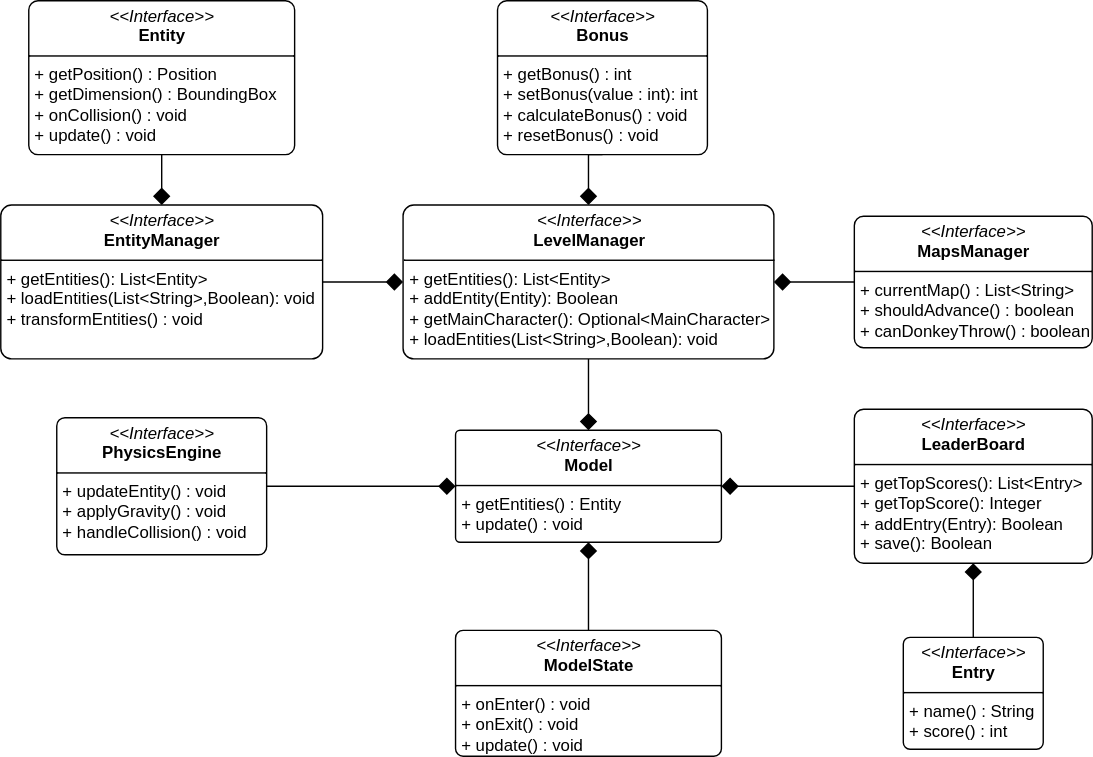
This is report/svg/Model.svg from unibo-oop-projects/OOP24-AlessandroRebosio-FilippoRicciotti-Grace-GraziaBochdanovits-RenovateBot-coffeBreak, a draw.io export, as it was before one commit. Source tidied: cells renumbered, new cells last; positions are measured from the earlier drawing's top-left corner, leaving out a move shared by most shapes.
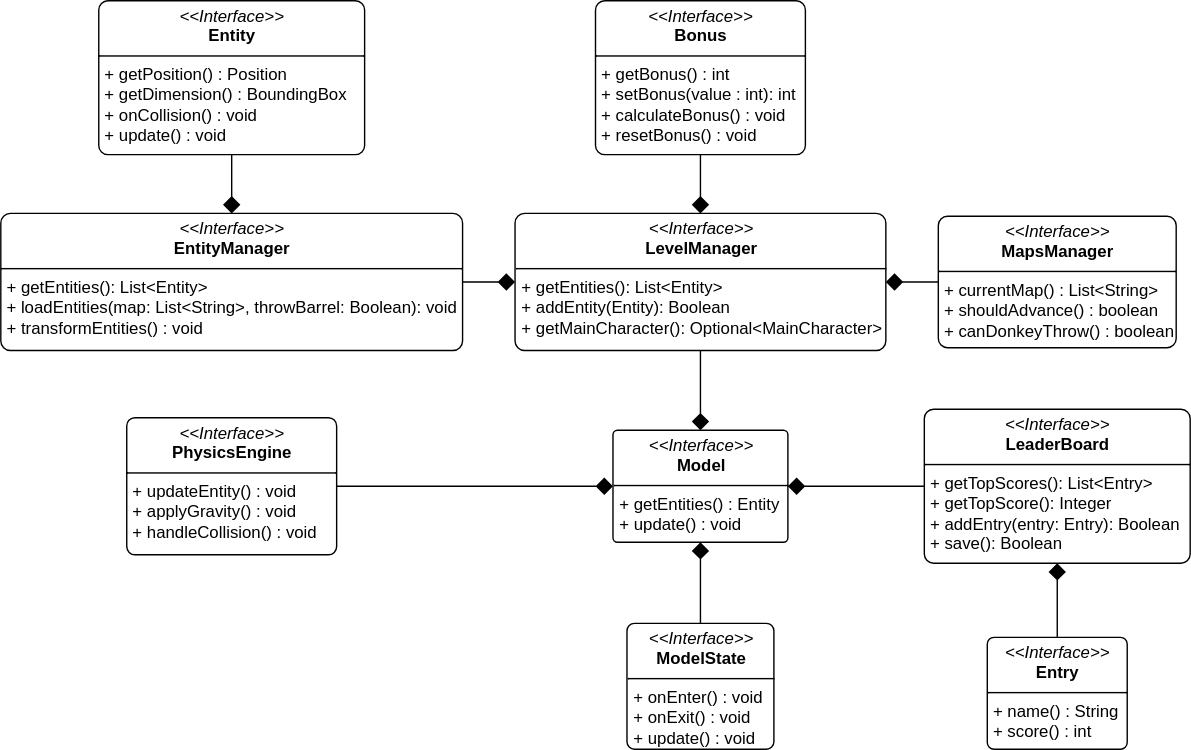
Later version of the same file.

The edit, as a diff of the source:
```diff
@@ -3,61 +3,61 @@
     <mxCell id="0" />
     <mxCell id="1" parent="0" />
     <mxCell id="2" value="&lt;p style=&quot;margin:0px;margin-top:4px;text-align:center;&quot;&gt;&lt;i&gt;&amp;lt;&amp;lt;Interface&amp;gt;&amp;gt;&lt;/i&gt;&lt;br&gt;&lt;b&gt;Model&lt;/b&gt;&lt;/p&gt;&lt;hr size=&quot;1&quot; style=&quot;border-style:solid;&quot;&gt;&lt;p style=&quot;margin:0px;margin-left:4px;&quot;&gt;+ getEntities() : Entity&lt;/p&gt;&lt;p style=&quot;margin:0px;margin-left:4px;&quot;&gt;+ update() : void&lt;/p&gt;" style="verticalAlign=top;align=left;overflow=fill;html=1;whiteSpace=wrap;rounded=1;arcSize=4;" parent="1" vertex="1">
-      <mxGeometry x="325" y="307" width="190" height="80" as="geometry" />
+      <mxGeometry x="396.5" y="213" width="125" height="80" as="geometry" />
     </mxCell>
     <mxCell id="3" style="edgeStyle=orthogonalEdgeStyle;rounded=0;jettySize=auto;html=1;exitX=0;exitY=0.5;exitDx=0;exitDy=0;entryX=1;entryY=0.5;entryDx=0;entryDy=0;endSize=10;endArrow=diamond;endFill=1;" parent="1" edge="1" source="4" target="2">
       <mxGeometry relative="1" as="geometry" />
     </mxCell>
-    <mxCell id="4" value="&lt;p style=&quot;margin:0px;margin-top:4px;text-align:center;&quot;&gt;&lt;i&gt;&amp;lt;&amp;lt;Interface&amp;gt;&amp;gt;&lt;/i&gt;&lt;br&gt;&lt;b&gt;LeaderBoard&lt;/b&gt;&lt;/p&gt;&lt;hr size=&quot;1&quot; style=&quot;border-style:solid;&quot;&gt;&lt;p style=&quot;margin:0px;margin-left:4px;&quot;&gt;+ getTopScores(): List&amp;lt;Entry&amp;gt;&lt;br&gt;+ getTopScore(): Integer&lt;/p&gt;&lt;p style=&quot;margin:0px;margin-left:4px;&quot;&gt;+ addEntry(Entry): Boolean&lt;/p&gt;&lt;p style=&quot;margin:0px;margin-left:4px;&quot;&gt;+ save(): Boolean&lt;/p&gt;" style="verticalAlign=top;align=left;overflow=fill;html=1;whiteSpace=wrap;rounded=1;arcSize=6;" parent="1" vertex="1">
-      <mxGeometry x="610" y="292" width="170" height="110" as="geometry" />
+    <mxCell id="4" value="&lt;p style=&quot;margin:0px;margin-top:4px;text-align:center;&quot;&gt;&lt;i&gt;&amp;lt;&amp;lt;Interface&amp;gt;&amp;gt;&lt;/i&gt;&lt;br&gt;&lt;b&gt;LeaderBoard&lt;/b&gt;&lt;/p&gt;&lt;hr size=&quot;1&quot; style=&quot;border-style:solid;&quot;&gt;&lt;p style=&quot;margin:0px;margin-left:4px;&quot;&gt;+ getTopScores(): List&amp;lt;Entry&amp;gt;&lt;br&gt;+ getTopScore(): Integer&lt;/p&gt;&lt;p style=&quot;margin:0px;margin-left:4px;&quot;&gt;+ addEntry(entry: Entry): Boolean&lt;/p&gt;&lt;p style=&quot;margin:0px;margin-left:4px;&quot;&gt;+ save(): Boolean&lt;/p&gt;" style="verticalAlign=top;align=left;overflow=fill;html=1;whiteSpace=wrap;rounded=1;arcSize=6;" parent="1" vertex="1">
+      <mxGeometry x="619" y="198" width="190" height="110" as="geometry" />
     </mxCell>
     <mxCell id="5" style="edgeStyle=orthogonalEdgeStyle;rounded=0;jettySize=auto;html=1;exitX=0.5;exitY=0;exitDx=0;exitDy=0;entryX=0.5;entryY=1;entryDx=0;entryDy=0;endSize=10;endArrow=diamond;endFill=1;" parent="1" edge="1" source="6" target="2">
       <mxGeometry relative="1" as="geometry" />
     </mxCell>
     <mxCell id="6" value="&lt;p style=&quot;margin:0px;margin-top:4px;text-align:center;&quot;&gt;&lt;i&gt;&amp;lt;&amp;lt;Interface&amp;gt;&amp;gt;&lt;/i&gt;&lt;br&gt;&lt;b&gt;ModelState&lt;/b&gt;&lt;/p&gt;&lt;hr size=&quot;1&quot; style=&quot;border-style:solid;&quot;&gt;&lt;p style=&quot;margin:0px;margin-left:4px;&quot;&gt;+ onEnter() : void&lt;/p&gt;&lt;p style=&quot;margin:0px;margin-left:4px;&quot;&gt;+ onExit() : void&lt;/p&gt;&lt;p style=&quot;margin:0px;margin-left:4px;&quot;&gt;+ update() : void&lt;/p&gt;" style="verticalAlign=top;align=left;overflow=fill;html=1;whiteSpace=wrap;rounded=1;arcSize=6;" parent="1" vertex="1">
-      <mxGeometry x="325" y="450" width="190" height="90" as="geometry" />
+      <mxGeometry x="406.5" y="351" width="105" height="90" as="geometry" />
     </mxCell>
     <mxCell id="7" style="edgeStyle=orthogonalEdgeStyle;rounded=0;jettySize=auto;html=1;exitX=0.5;exitY=1;exitDx=0;exitDy=0;entryX=0.5;entryY=0;entryDx=0;entryDy=0;endSize=10;endArrow=diamond;endFill=1;" parent="1" edge="1" source="8" target="10">
       <mxGeometry relative="1" as="geometry" />
     </mxCell>
     <mxCell id="8" value="&lt;p style=&quot;margin:0px;margin-top:4px;text-align:center;&quot;&gt;&lt;i&gt;&amp;lt;&amp;lt;Interface&amp;gt;&amp;gt;&lt;/i&gt;&lt;br&gt;&lt;b&gt;Entity&lt;/b&gt;&lt;/p&gt;&lt;hr size=&quot;1&quot; style=&quot;border-style:solid;&quot;&gt;&lt;p style=&quot;margin:0px;margin-left:4px;&quot;&gt;+ getPosition() : Position&lt;/p&gt;&lt;p style=&quot;margin:0px;margin-left:4px;&quot;&gt;+ getDimension() : BoundingBox&lt;/p&gt;&lt;p style=&quot;margin:0px;margin-left:4px;&quot;&gt;+ onCollision() : void&lt;/p&gt;&lt;p style=&quot;margin:0px;margin-left:4px;&quot;&gt;+ update() : void&lt;/p&gt;" style="verticalAlign=top;align=left;overflow=fill;html=1;whiteSpace=wrap;rounded=1;arcSize=6;" parent="1" vertex="1">
-      <mxGeometry x="20" width="190" height="110" as="geometry" />
+      <mxGeometry x="29" y="-94" width="190" height="110" as="geometry" />
     </mxCell>
     <mxCell id="9" style="edgeStyle=orthogonalEdgeStyle;rounded=0;jettySize=auto;html=1;endSize=10;endArrow=diamond;endFill=1;" parent="1" edge="1" source="10" target="12">
       <mxGeometry relative="1" as="geometry" />
     </mxCell>
-    <mxCell id="10" value="&lt;p style=&quot;margin:0px;margin-top:4px;text-align:center;&quot;&gt;&lt;i&gt;&amp;lt;&amp;lt;Interface&amp;gt;&amp;gt;&lt;/i&gt;&lt;br&gt;&lt;b&gt;EntityManager&lt;/b&gt;&lt;/p&gt;&lt;hr size=&quot;1&quot; style=&quot;border-style:solid;&quot;&gt;&lt;p style=&quot;margin:0px;margin-left:4px;&quot;&gt;+ getEntities(): List&amp;lt;Entity&amp;gt;&lt;br&gt;&lt;/p&gt;&lt;p style=&quot;margin:0px;margin-left:4px;&quot;&gt;+ loadEntities(List&amp;lt;String&amp;gt;,Boolean): void&lt;/p&gt;&lt;p style=&quot;margin:0px;margin-left:4px;&quot;&gt;+ transformEntities() : void&lt;/p&gt;" style="verticalAlign=top;align=left;overflow=fill;html=1;whiteSpace=wrap;rounded=1;arcSize=7;" parent="1" vertex="1">
-      <mxGeometry y="146" width="230" height="110" as="geometry" />
+    <mxCell id="10" value="&lt;p style=&quot;margin:0px;margin-top:4px;text-align:center;&quot;&gt;&lt;i&gt;&amp;lt;&amp;lt;Interface&amp;gt;&amp;gt;&lt;/i&gt;&lt;br&gt;&lt;b&gt;EntityManager&lt;/b&gt;&lt;/p&gt;&lt;hr size=&quot;1&quot; style=&quot;border-style:solid;&quot;&gt;&lt;p style=&quot;margin:0px;margin-left:4px;&quot;&gt;+ getEntities(): List&amp;lt;Entity&amp;gt;&lt;br&gt;&lt;/p&gt;&lt;p style=&quot;margin:0px;margin-left:4px;&quot;&gt;+ loadEntities(map: List&amp;lt;String&amp;gt;, throwBarrel: Boolean): void&lt;/p&gt;&lt;p style=&quot;margin:0px;margin-left:4px;&quot;&gt;+ transformEntities() : void&lt;/p&gt;" style="verticalAlign=top;align=left;overflow=fill;html=1;whiteSpace=wrap;rounded=1;arcSize=7;" parent="1" vertex="1">
+      <mxGeometry x="-41" y="58" width="330" height="98" as="geometry" />
     </mxCell>
     <mxCell id="11" style="edgeStyle=orthogonalEdgeStyle;rounded=0;jettySize=auto;html=1;exitX=0.5;exitY=1;exitDx=0;exitDy=0;entryX=0.5;entryY=0;entryDx=0;entryDy=0;endSize=10;endArrow=diamond;endFill=1;" parent="1" edge="1" source="12" target="2">
       <mxGeometry relative="1" as="geometry" />
     </mxCell>
-    <mxCell id="12" value="&lt;p style=&quot;margin:0px;margin-top:4px;text-align:center;&quot;&gt;&lt;i&gt;&amp;lt;&amp;lt;Interface&amp;gt;&amp;gt;&lt;/i&gt;&lt;br&gt;&lt;b&gt;LevelManager&lt;/b&gt;&lt;/p&gt;&lt;hr size=&quot;1&quot; style=&quot;border-style:solid;&quot;&gt;&lt;p style=&quot;margin:0px;margin-left:4px;&quot;&gt;+ getEntities(): List&amp;lt;Entity&amp;gt;&lt;br&gt;+ addEntity(Entity): Boolean&lt;/p&gt;&lt;p style=&quot;margin:0px;margin-left:4px;&quot;&gt;+ getMainCharacter(): Optional&amp;lt;MainCharacter&amp;gt;&lt;/p&gt;&lt;p style=&quot;margin:0px;margin-left:4px;&quot;&gt;+ loadEntities(List&amp;lt;String&amp;gt;,Boolean): void&lt;/p&gt;" style="verticalAlign=top;align=left;overflow=fill;html=1;whiteSpace=wrap;rounded=1;arcSize=7;" parent="1" vertex="1">
-      <mxGeometry x="287.5" y="146" width="265" height="110" as="geometry" />
+    <mxCell id="12" value="&lt;p style=&quot;margin:0px;margin-top:4px;text-align:center;&quot;&gt;&lt;i&gt;&amp;lt;&amp;lt;Interface&amp;gt;&amp;gt;&lt;/i&gt;&lt;br&gt;&lt;b&gt;LevelManager&lt;/b&gt;&lt;/p&gt;&lt;hr size=&quot;1&quot; style=&quot;border-style:solid;&quot;&gt;&lt;p style=&quot;margin:0px;margin-left:4px;&quot;&gt;+ getEntities(): List&amp;lt;Entity&amp;gt;&lt;br&gt;+ addEntity(Entity): Boolean&lt;/p&gt;&lt;p style=&quot;margin:0px;margin-left:4px;&quot;&gt;+ getMainCharacter(): Optional&amp;lt;MainCharacter&amp;gt;&lt;/p&gt;" style="verticalAlign=top;align=left;overflow=fill;html=1;whiteSpace=wrap;rounded=1;arcSize=7;" parent="1" vertex="1">
+      <mxGeometry x="326.5" y="58" width="265" height="98" as="geometry" />
     </mxCell>
     <mxCell id="13" style="edgeStyle=orthogonalEdgeStyle;rounded=0;jettySize=auto;html=1;exitX=0.5;exitY=1;exitDx=0;exitDy=0;entryX=0.5;entryY=0;entryDx=0;entryDy=0;endSize=10;endArrow=diamond;endFill=1;" parent="1" edge="1" source="14" target="12">
       <mxGeometry relative="1" as="geometry" />
     </mxCell>
     <mxCell id="14" value="&lt;p style=&quot;margin:0px;margin-top:4px;text-align:center;&quot;&gt;&lt;i&gt;&amp;lt;&amp;lt;Interface&amp;gt;&amp;gt;&lt;/i&gt;&lt;br&gt;&lt;b&gt;Bonus&lt;/b&gt;&lt;/p&gt;&lt;hr size=&quot;1&quot; style=&quot;border-style:solid;&quot;&gt;&lt;p style=&quot;margin:0px;margin-left:4px;&quot;&gt;+ getBonus() : int&lt;/p&gt;&lt;p style=&quot;margin:0px;margin-left:4px;&quot;&gt;+ setBonus(value : int): int&lt;/p&gt;&lt;p style=&quot;margin:0px;margin-left:4px;&quot;&gt;+ calculateBonus() : void&lt;/p&gt;&lt;p style=&quot;margin:0px;margin-left:4px;&quot;&gt;+ resetBonus() : void&lt;/p&gt;" style="verticalAlign=top;align=left;overflow=fill;html=1;whiteSpace=wrap;rounded=1;arcSize=6;" parent="1" vertex="1">
-      <mxGeometry x="355" width="150" height="110" as="geometry" />
+      <mxGeometry x="384" y="-94" width="150" height="110" as="geometry" />
     </mxCell>
     <mxCell id="15" style="edgeStyle=orthogonalEdgeStyle;rounded=0;jettySize=auto;html=1;exitX=1;exitY=0.5;exitDx=0;exitDy=0;entryX=0;entryY=0.5;entryDx=0;entryDy=0;endSize=10;endArrow=diamond;endFill=1;" parent="1" edge="1" source="16" target="2">
       <mxGeometry relative="1" as="geometry" />
     </mxCell>
     <mxCell id="16" value="&lt;p style=&quot;margin:0px;margin-top:4px;text-align:center;&quot;&gt;&lt;i&gt;&amp;lt;&amp;lt;Interface&amp;gt;&amp;gt;&lt;/i&gt;&lt;br&gt;&lt;b&gt;PhysicsEngine&lt;/b&gt;&lt;/p&gt;&lt;hr size=&quot;1&quot; style=&quot;border-style:solid;&quot;&gt;&lt;p style=&quot;margin:0px;margin-left:4px;&quot;&gt;+ updateEntity() : void&lt;/p&gt;&lt;p style=&quot;margin:0px;margin-left:4px;&quot;&gt;+ applyGravity() : void&lt;/p&gt;&lt;p style=&quot;margin:0px;margin-left:4px;&quot;&gt;+ handleCollision() : void&lt;/p&gt;&lt;p style=&quot;margin:0px;margin-left:4px;&quot;&gt;&lt;br&gt;&lt;/p&gt;" style="verticalAlign=top;align=left;overflow=fill;html=1;whiteSpace=wrap;rounded=1;arcSize=6;" parent="1" vertex="1">
-      <mxGeometry x="40" y="298" width="150" height="98" as="geometry" />
+      <mxGeometry x="49" y="204" width="150" height="98" as="geometry" />
     </mxCell>
     <mxCell id="17" style="edgeStyle=orthogonalEdgeStyle;rounded=0;jettySize=auto;html=1;exitX=0.5;exitY=0;exitDx=0;exitDy=0;entryX=0.5;entryY=1;entryDx=0;entryDy=0;endSize=10;endArrow=diamond;endFill=1;" parent="1" edge="1" source="18" target="4">
       <mxGeometry relative="1" as="geometry" />
     </mxCell>
     <mxCell id="18" value="&lt;p style=&quot;margin:0px;margin-top:4px;text-align:center;&quot;&gt;&lt;i&gt;&amp;lt;&amp;lt;Interface&amp;gt;&amp;gt;&lt;/i&gt;&lt;br&gt;&lt;b&gt;Entry&lt;/b&gt;&lt;/p&gt;&lt;hr size=&quot;1&quot; style=&quot;border-style:solid;&quot;&gt;&lt;p style=&quot;margin:0px;margin-left:4px;&quot;&gt;+ name() : String&lt;/p&gt;&lt;p style=&quot;margin:0px;margin-left:4px;&quot;&gt;+ score() : int&lt;/p&gt;" style="verticalAlign=top;align=left;overflow=fill;html=1;whiteSpace=wrap;rounded=1;arcSize=6;" parent="1" vertex="1">
-      <mxGeometry x="645" y="455" width="100" height="80" as="geometry" />
+      <mxGeometry x="664" y="361" width="100" height="80" as="geometry" />
     </mxCell>
     <mxCell id="19" style="edgeStyle=orthogonalEdgeStyle;rounded=0;jettySize=auto;html=1;exitX=0;exitY=0.5;exitDx=0;exitDy=0;entryX=1;entryY=0.5;entryDx=0;entryDy=0;endSize=10;endArrow=diamond;endFill=1;" parent="1" edge="1" source="20" target="12">
       <mxGeometry relative="1" as="geometry" />
     </mxCell>
     <mxCell id="20" value="&lt;p style=&quot;margin:0px;margin-top:4px;text-align:center;&quot;&gt;&lt;i&gt;&amp;lt;&amp;lt;Interface&amp;gt;&amp;gt;&lt;/i&gt;&lt;br&gt;&lt;b&gt;MapsManager&lt;/b&gt;&lt;/p&gt;&lt;hr size=&quot;1&quot; style=&quot;border-style:solid;&quot;&gt;&lt;p style=&quot;margin:0px;margin-left:4px;&quot;&gt;+ currentMap() : List&amp;lt;String&amp;gt;&lt;/p&gt;&lt;p style=&quot;margin:0px;margin-left:4px;&quot;&gt;+ shouldAdvance() : boolean&lt;/p&gt;&lt;p style=&quot;margin:0px;margin-left:4px;&quot;&gt;+ canDonkeyThrow() : boolean&lt;/p&gt;" style="verticalAlign=top;align=left;overflow=fill;html=1;whiteSpace=wrap;rounded=1;arcSize=7;" parent="1" vertex="1">
-      <mxGeometry x="610" y="154" width="170" height="94" as="geometry" />
+      <mxGeometry x="629" y="60" width="170" height="94" as="geometry" />
     </mxCell>
   </root>
 </mxGraphModel>
```
